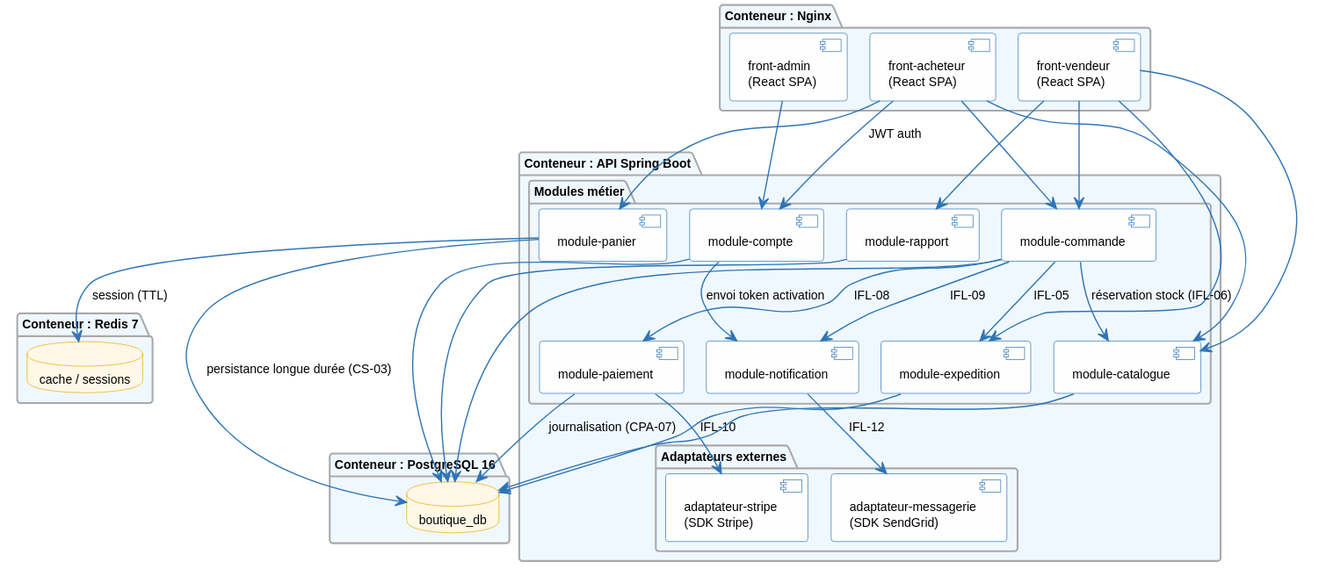
Before: architecture/04-physical-architecture/diagrams/pa-components.svg, a diagram exported from PlantUML (louistalvande/online_shop).
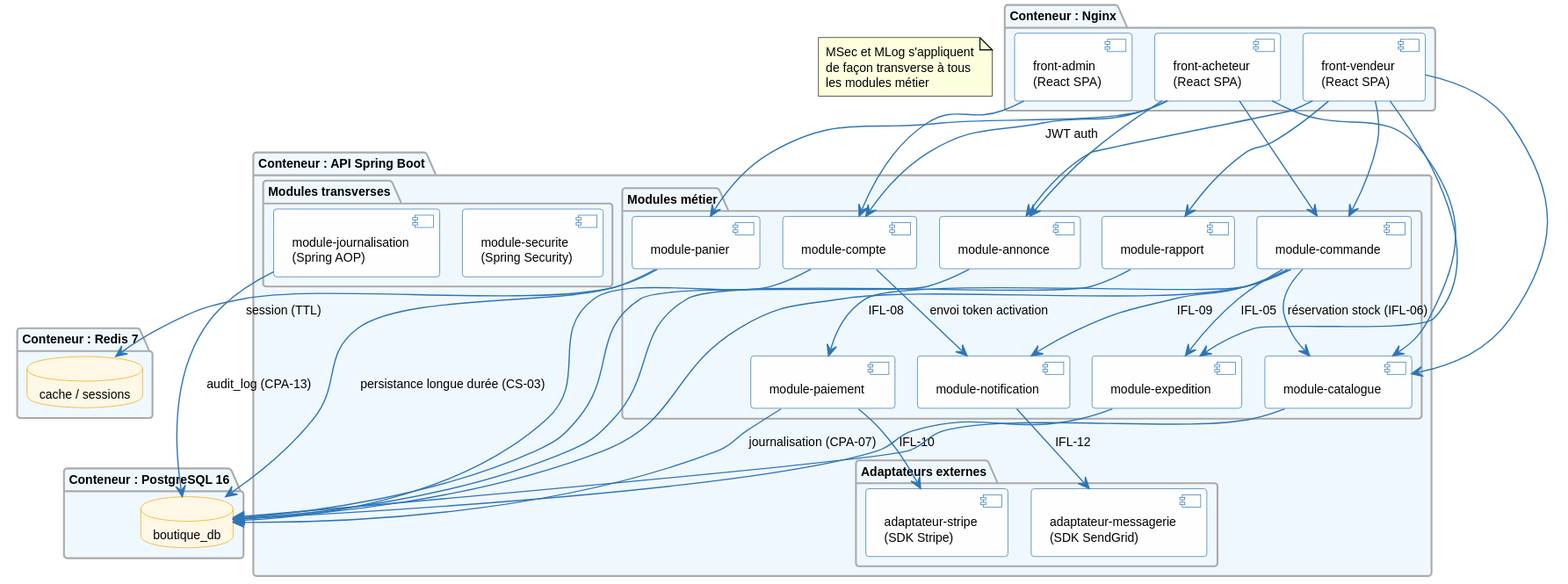
After the commit.

What changed in the source:
```diff
@@ -24,6 +24,11 @@
     [module-expedition] as MExpedition
     [module-notification] as MNotif
     [module-rapport] as MRapport
+    [module-annonce] as MAnnounce
+  }
+  package "Modules transverses" {
+    [module-securite\n(Spring Security)] as MSec
+    [module-journalisation\n(Spring AOP)] as MLog
   }
   package "Adaptateurs externes" {
     [adaptateur-stripe\n(SDK Stripe)] as AStripe
@@ -47,7 +52,13 @@
 FrontV --> MCommande
 FrontV --> MExpedition
 FrontV --> MRapport
+FrontV --> MAnnounce
+FrontB --> MAnnounce
 FrontA --> MCompte
+
+MAnnounce --> PgDB
+MLog --> PgDB : audit_log (CPA-13)
+note "MSec et MLog s'appliquent\nde façon transverse à tous\nles modules métier" as NoteSecLog
 
 MCompte --> MNotif : envoi token activation
 MCommande --> MCatalogue : réservation stock (IFL-06)
```
